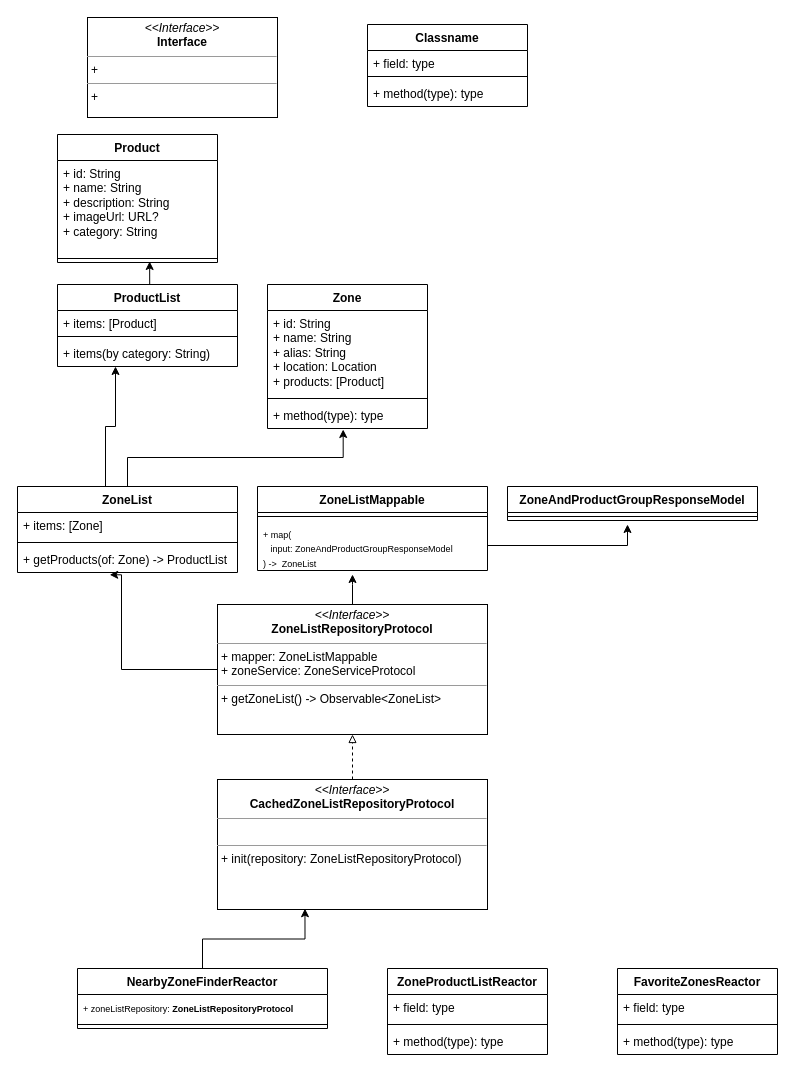
gookhee/diagrams keeps this draw.io diagram as Cars.drawio. Above is the earlier version. Source tidied: cells renumbered, new cells numbered last; positions are measured from the earlier drawing's top-left corner, leaving out a move shared by most shapes. Both pictures are drawn from the tidied source at 100%, with x=0, y=0 at pixel (17, 17).
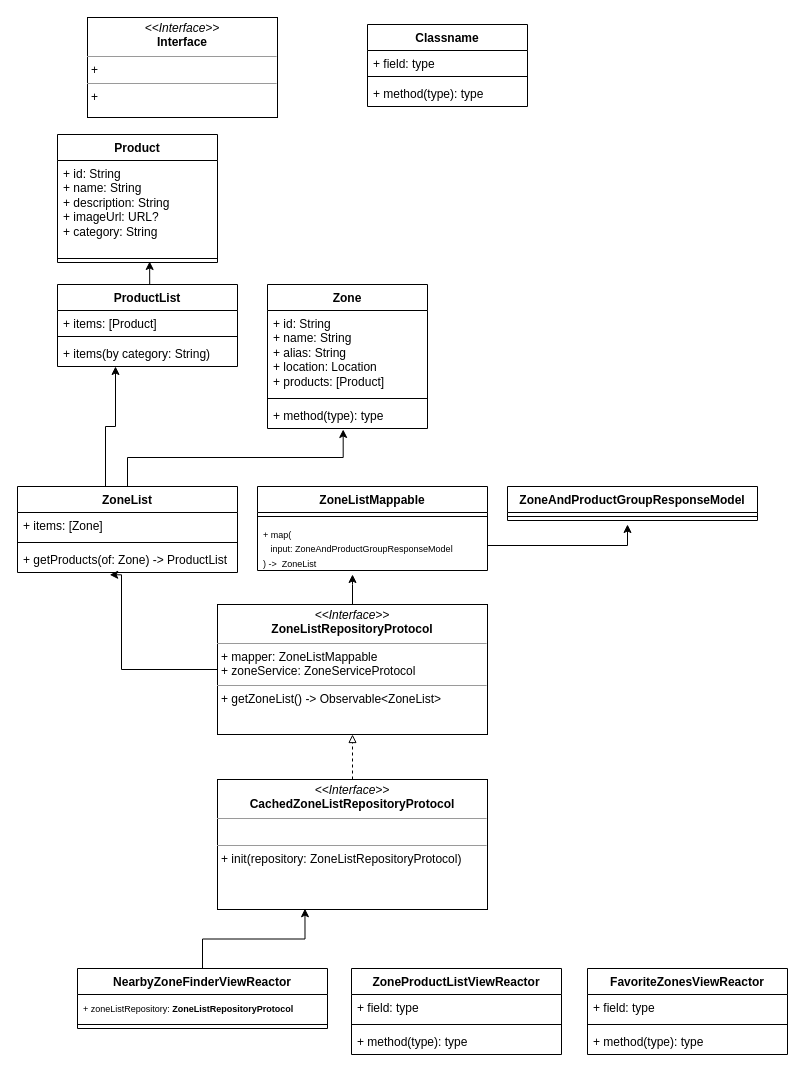
The same page after the edit.

What changed in the source:
```diff
@@
-    <mxCell id="7" value="NearbyZoneFinderReactor" style="swimlane;fontStyle=1;align=center;verticalAlign=top;horizontal=1;startSize=26;whiteSpace=wrap;html=1;" parent="1" vertex="1">
+    <mxCell id="7" value="NearbyZoneFinderViewReactor" style="swimlane;fontStyle=1;align=center;verticalAlign=top;horizontal=1;startSize=26;whiteSpace=wrap;html=1;" parent="1" vertex="1">
       <mxGeometry x="60" y="951" width="250" height="60" as="geometry" />
     </mxCell>
@@
-    <mxCell id="10" value="ZoneProductListReactor" style="swimlane;fontStyle=1;align=center;verticalAlign=top;horizontal=1;startSize=26;whiteSpace=wrap;html=1;" parent="1" vertex="1">
-      <mxGeometry x="370" y="951" width="160" height="86" as="geometry" />
+    <mxCell id="10" value="ZoneProductListViewReactor" style="swimlane;fontStyle=1;align=center;verticalAlign=top;horizontal=1;startSize=26;whiteSpace=wrap;html=1;" parent="1" vertex="1">
+      <mxGeometry x="334" y="951" width="210" height="86" as="geometry" />
     </mxCell>
     <mxCell id="11" value="+ field: type" style="text;strokeColor=none;fillColor=none;align=left;verticalAlign=top;spacingLeft=4;spacingRight=4;overflow=hidden;whiteSpace=wrap;html=1;" parent="10" vertex="1">
-      <mxGeometry y="26" width="160" height="26" as="geometry" />
+      <mxGeometry y="26" width="210" height="26" as="geometry" />
     </mxCell>
     <mxCell id="12" style="line;strokeWidth=1;fillColor=none;align=left;verticalAlign=middle;spacingTop=-1;spacingLeft=3;spacingRight=3;labelPosition=right;strokeColor=inherit;" parent="10" vertex="1">
-      <mxGeometry y="52" width="160" height="8" as="geometry" />
+      <mxGeometry y="52" width="210" height="8" as="geometry" />
     </mxCell>
     <mxCell id="13" value="+ method(type): type" style="text;strokeColor=none;fillColor=none;align=left;verticalAlign=top;spacingLeft=4;spacingRight=4;overflow=hidden;whiteSpace=wrap;html=1;" parent="10" vertex="1">
-      <mxGeometry y="60" width="160" height="26" as="geometry" />
+      <mxGeometry y="60" width="210" height="26" as="geometry" />
     </mxCell>
-    <mxCell id="14" value="FavoriteZonesReactor" style="swimlane;fontStyle=1;align=center;verticalAlign=top;horizontal=1;startSize=26;whiteSpace=wrap;html=1;" parent="1" vertex="1">
-      <mxGeometry x="600" y="951" width="160" height="86" as="geometry" />
+    <mxCell id="14" value="FavoriteZonesViewReactor" style="swimlane;fontStyle=1;align=center;verticalAlign=top;horizontal=1;startSize=26;whiteSpace=wrap;html=1;" parent="1" vertex="1">
+      <mxGeometry x="570" y="951" width="200" height="86" as="geometry" />
     </mxCell>
     <mxCell id="15" value="+ field: type" style="text;strokeColor=none;fillColor=none;align=left;verticalAlign=top;spacingLeft=4;spacingRight=4;overflow=hidden;whiteSpace=wrap;html=1;" parent="14" vertex="1">
-      <mxGeometry y="26" width="160" height="26" as="geometry" />
+      <mxGeometry y="26" width="200" height="26" as="geometry" />
     </mxCell>
     <mxCell id="16" style="line;strokeWidth=1;fillColor=none;align=left;verticalAlign=middle;spacingTop=-1;spacingLeft=3;spacingRight=3;labelPosition=right;strokeColor=inherit;" parent="14" vertex="1">
-      <mxGeometry y="52" width="160" height="8" as="geometry" />
+      <mxGeometry y="52" width="200" height="8" as="geometry" />
     </mxCell>
     <mxCell id="17" value="+ method(type): type" style="text;strokeColor=none;fillColor=none;align=left;verticalAlign=top;spacingLeft=4;spacingRight=4;overflow=hidden;whiteSpace=wrap;html=1;" parent="14" vertex="1">
-      <mxGeometry y="60" width="160" height="26" as="geometry" />
+      <mxGeometry y="60" width="200" height="26" as="geometry" />
     </mxCell>
```
